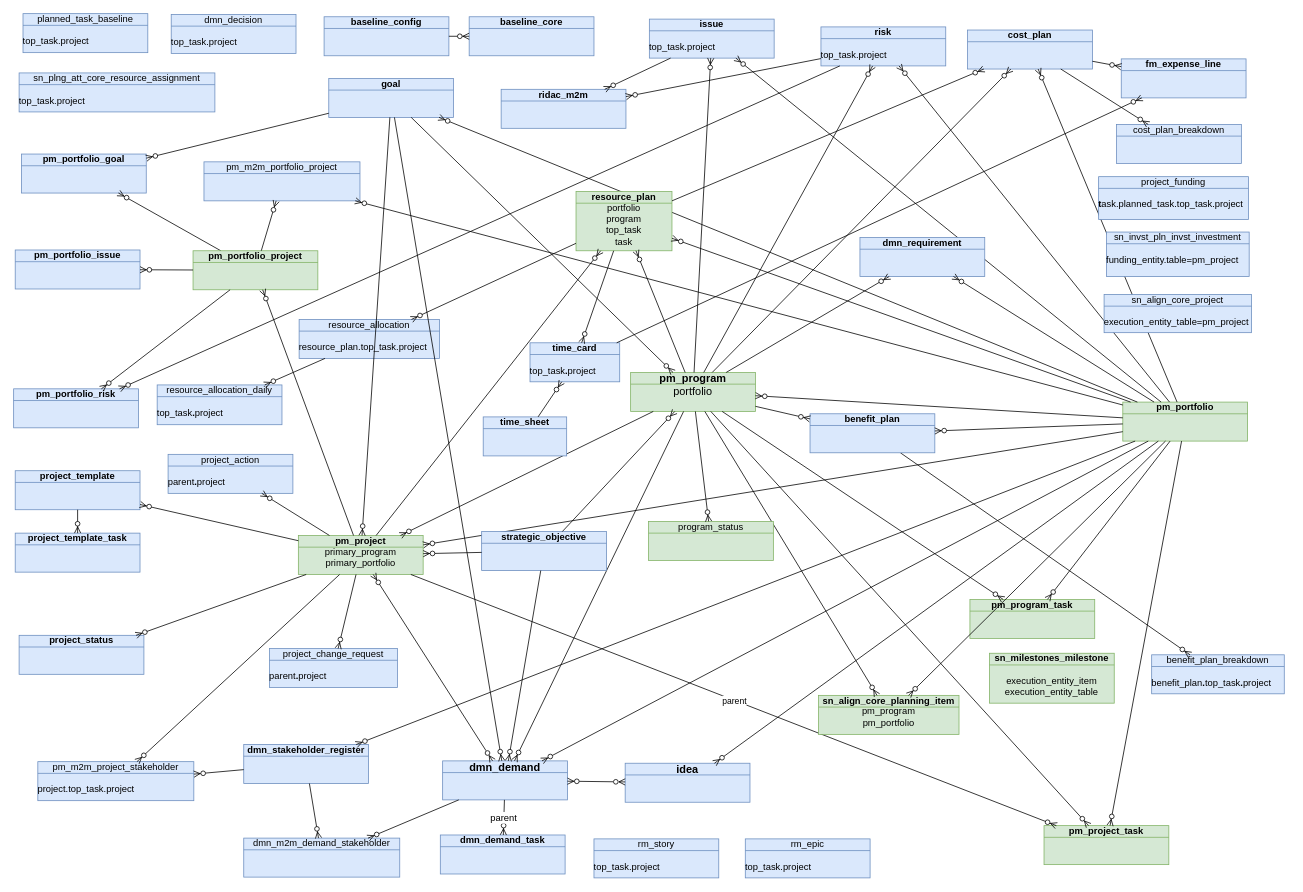
algimas/tmp keeps this draw.io diagram as page "allTables" (3 of 20) of Sar.drawio. Above is the earlier version. Source tidied: cells renumbered, new cells numbered last; positions are measured from the earlier drawing's top-left corner, leaving out a move shared by most shapes. Both pictures are drawn from the tidied source at 78%, with x=0, y=0 at pixel (13, 13).
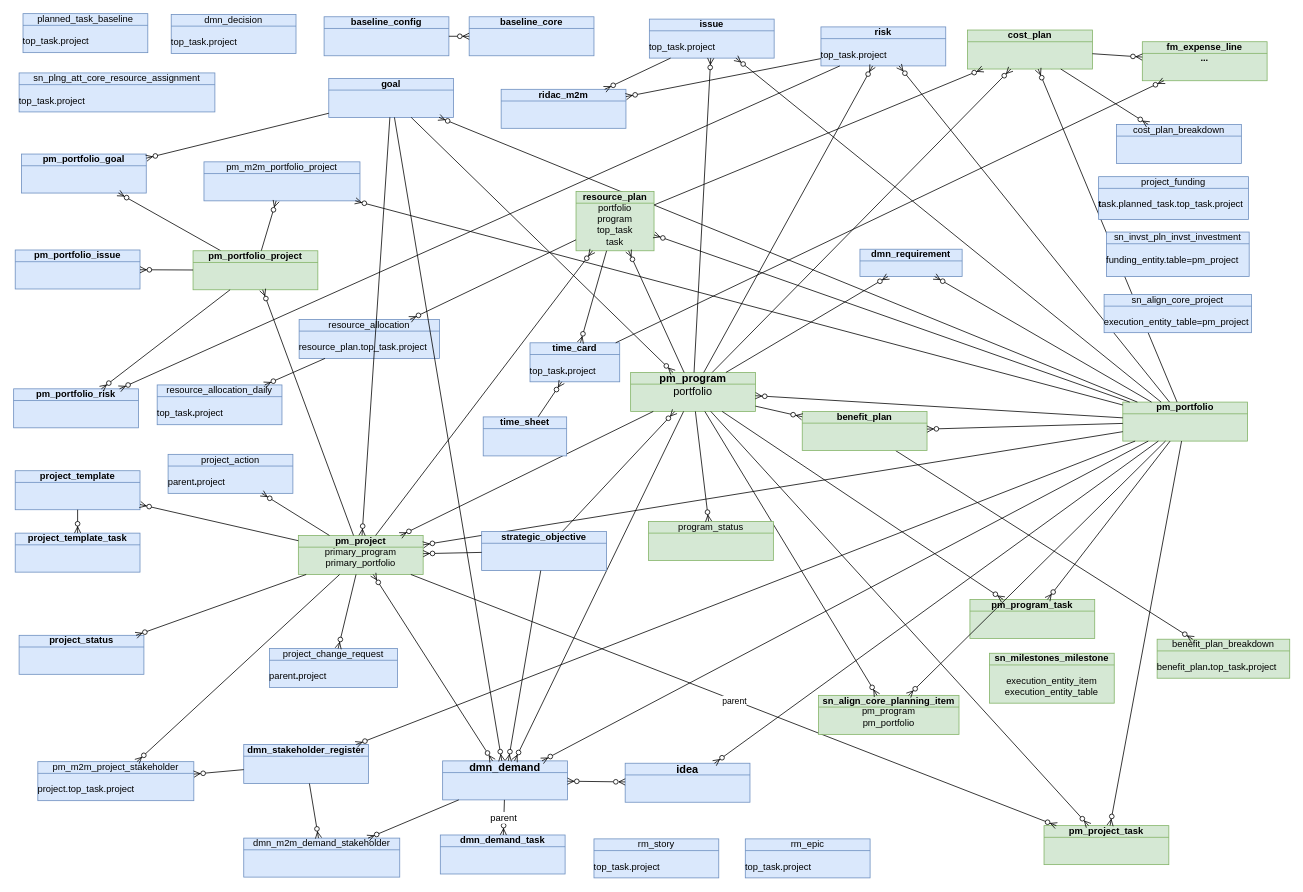
Above is the later version.

Change to the diagram source:
```diff
@@
-    <mxCell id="3" value="&lt;div&gt;&lt;span style=&quot;font-weight: normal;&quot;&gt;benefit_plan_breakdown&lt;/span&gt;&lt;/div&gt;&lt;div&gt;&lt;br&gt;&lt;/div&gt;&lt;div align=&quot;left&quot;&gt;&lt;span style=&quot;font-weight: normal;&quot;&gt;benefit_plan&lt;/span&gt;.&lt;span style=&quot;font-weight: normal;&quot;&gt;top_task&lt;/span&gt;.&lt;span style=&quot;font-weight: normal;&quot;&gt;project&lt;/span&gt;&lt;/div&gt;" style="html=1;outlineConnect=0;whiteSpace=wrap;fillColor=#dae8fc;shape=mxgraph.archimate3.businessObject;overflow=fill;strokeColor=#6c8ebf;fontStyle=1;shadow=0;" parent="1" vertex="1">
-      <mxGeometry x="1459" y="822" width="170" height="50" as="geometry" />
+    <mxCell id="3" value="&lt;div&gt;&lt;span style=&quot;font-weight: normal;&quot;&gt;benefit_plan_breakdown&lt;/span&gt;&lt;/div&gt;&lt;div&gt;&lt;br&gt;&lt;/div&gt;&lt;div align=&quot;left&quot;&gt;&lt;span style=&quot;font-weight: normal;&quot;&gt;benefit_plan&lt;/span&gt;.&lt;span style=&quot;font-weight: normal;&quot;&gt;top_task&lt;/span&gt;.&lt;span style=&quot;font-weight: normal;&quot;&gt;project&lt;/span&gt;&lt;/div&gt;" style="html=1;outlineConnect=0;whiteSpace=wrap;fillColor=#d5e8d4;shape=mxgraph.archimate3.businessObject;overflow=fill;strokeColor=#82b366;fontStyle=1;shadow=0;" parent="1" vertex="1">
+      <mxGeometry x="1466" y="802" width="170" height="50" as="geometry" />
     </mxCell>
@@
-    <mxCell id="51" value="cost_plan" style="html=1;outlineConnect=0;whiteSpace=wrap;fillColor=#dae8fc;shape=mxgraph.archimate3.businessObject;overflow=fill;strokeColor=#6c8ebf;fontStyle=1;shadow=0;" parent="1" vertex="1">
+    <mxCell id="51" value="cost_plan" style="html=1;outlineConnect=0;whiteSpace=wrap;fillColor=#d5e8d4;shape=mxgraph.archimate3.businessObject;overflow=fill;strokeColor=#82b366;fontStyle=1;shadow=0;" parent="1" vertex="1">
       <mxGeometry x="1223" y="21" width="160" height="50" as="geometry" />
     </mxCell>
@@
-    <mxCell id="74" value="fm_expense_line" style="html=1;outlineConnect=0;whiteSpace=wrap;fillColor=#dae8fc;shape=mxgraph.archimate3.businessObject;overflow=fill;strokeColor=#6c8ebf;fontStyle=1;" parent="1" vertex="1">
-      <mxGeometry x="1420" y="58" width="160" height="50" as="geometry" />
+    <mxCell id="74" value="&lt;div&gt;fm_expense_line&lt;/div&gt;&lt;div&gt;...&lt;/div&gt;" style="html=1;outlineConnect=0;whiteSpace=wrap;fillColor=#d5e8d4;shape=mxgraph.archimate3.businessObject;overflow=fill;strokeColor=#82b366;fontStyle=1;" parent="1" vertex="1">
+      <mxGeometry x="1447" y="36" width="160" height="50" as="geometry" />
     </mxCell>
@@
     <mxCell id="78" value="dmn_requirement" style="html=1;outlineConnect=0;whiteSpace=wrap;fillColor=#dae8fc;shape=mxgraph.archimate3.businessObject;overflow=fill;strokeColor=#6c8ebf;fontStyle=1;" parent="1" vertex="1">
-      <mxGeometry x="1085" y="287" width="160" height="50" as="geometry" />
+      <mxGeometry x="1085" y="302" width="131" height="35" as="geometry" />
     </mxCell>
@@
     <mxCell id="84" value="&lt;div&gt;resource_plan&lt;/div&gt;&lt;span style=&quot;font-weight: normal;&quot;&gt;portfolio&lt;br&gt;program&lt;br&gt;top_task&lt;br&gt;task&lt;/span&gt;" style="html=1;outlineConnect=0;whiteSpace=wrap;fillColor=#d5e8d4;shape=mxgraph.archimate3.businessObject;overflow=fill;strokeColor=#82b366;fontStyle=1;" parent="1" vertex="1">
-      <mxGeometry x="721" y="228" width="123" height="76" as="geometry" />
+      <mxGeometry x="721" y="228" width="100" height="76" as="geometry" />
     </mxCell>
@@
-    <mxCell id="93" value="benefit_plan" style="html=1;outlineConnect=0;whiteSpace=wrap;fillColor=#dae8fc;shape=mxgraph.archimate3.businessObject;overflow=fill;strokeColor=#6c8ebf;fontStyle=1;" parent="1" vertex="1">
-      <mxGeometry x="1021" y="513" width="160" height="50" as="geometry" />
+    <mxCell id="93" value="benefit_plan" style="html=1;outlineConnect=0;whiteSpace=wrap;fillColor=#d5e8d4;shape=mxgraph.archimate3.businessObject;overflow=fill;strokeColor=#82b366;fontStyle=1;" parent="1" vertex="1">
+      <mxGeometry x="1011" y="510" width="160" height="50" as="geometry" />
     </mxCell>
```
